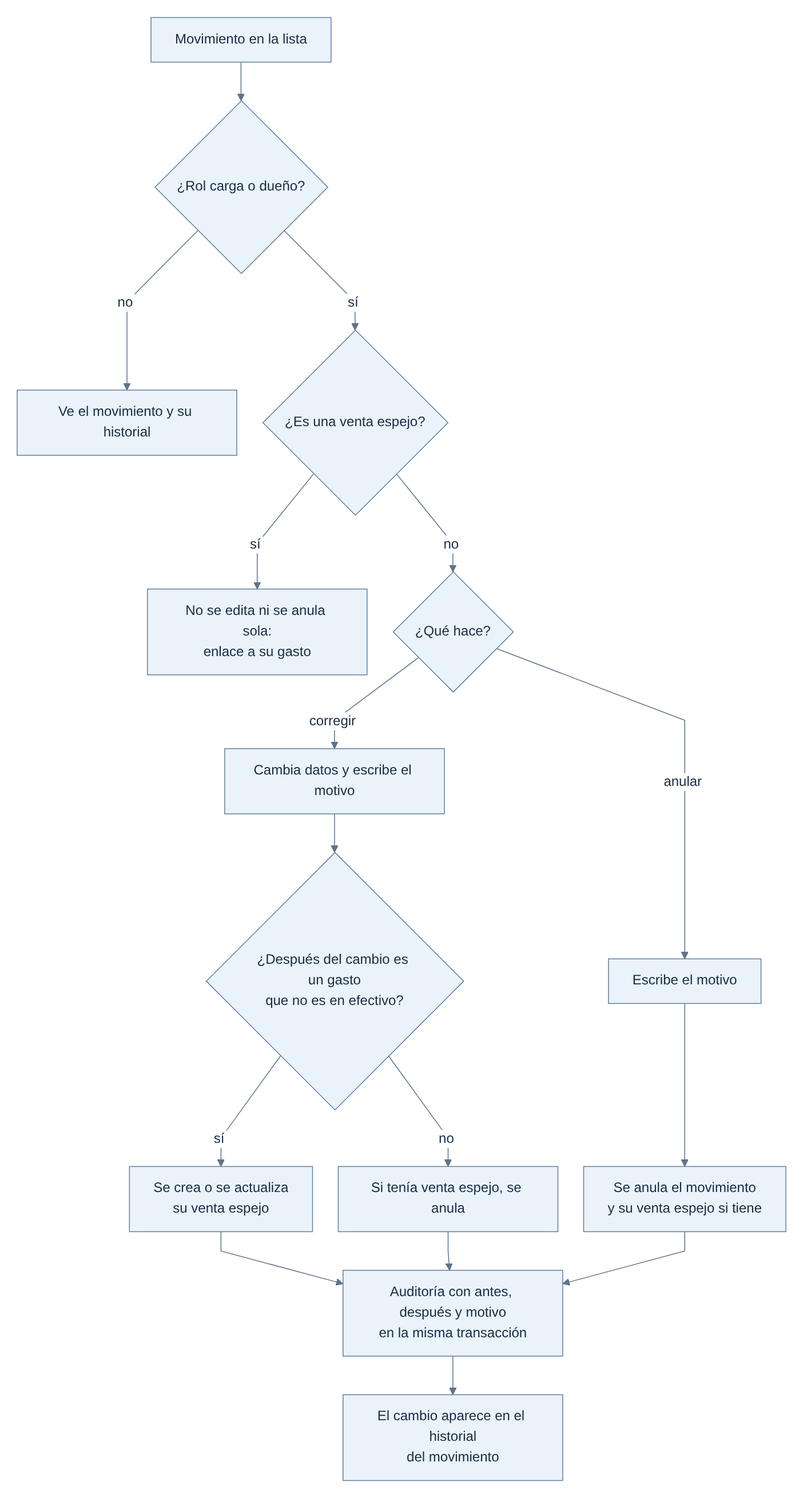
This is docs/diagramas/png/FUN-03.png from aleharo2003/floky-cuadernos, a Mermaid export, as it was before one commit. Its source is kept beside it as docs/diagramas/fuentes/FUN-03.mmd. Its diagram source:
```mermaid
flowchart TD
    A["Movimiento en la lista"] --> B{"¿Rol carga o dueño?"}
    B -->|"no"| C["Ve el movimiento y su historial"]
    B -->|"sí"| D{"¿Es una venta espejo?"}
    D -->|"sí"| E["No se edita ni se anula sola:<br/>enlace a su gasto"]
    D -->|"no"| F{"¿Qué hace?"}
    F -->|"corregir"| G["Cambia datos y escribe el motivo"]
    F -->|"anular"| H["Escribe el motivo"]
    G --> I{"¿Después del cambio es un gasto<br/>que no es en efectivo?"}
    I -->|"sí"| J["Se crea o se actualiza<br/>su venta espejo"]
    I -->|"no"| K["Si tenía venta espejo, se anula"]
    H --> L["Se anula el movimiento<br/>y su venta espejo si tiene"]
    J --> M["Auditoría con antes, después y motivo<br/>en la misma transacción"]
    K --> M
    L --> M
    M --> N["El cambio aparece en el historial<br/>del movimiento"]
```
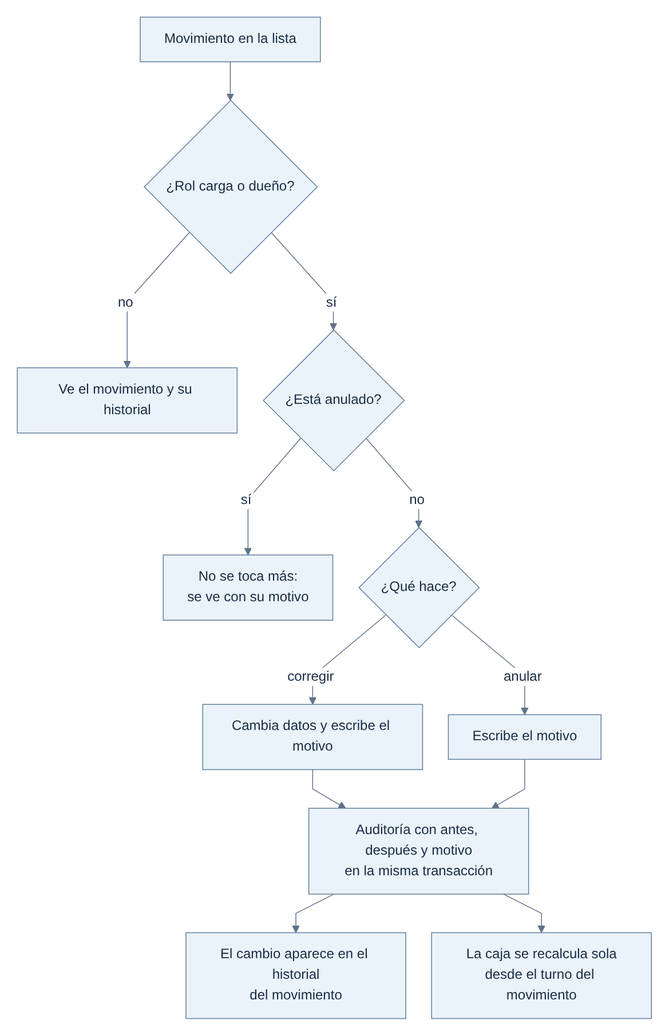
Later version of the same file.

What changed in the source:
```diff
@@ -1,16 +1,12 @@
 flowchart TD
     A["Movimiento en la lista"] --> B{"¿Rol carga o dueño?"}
     B -->|"no"| C["Ve el movimiento y su historial"]
-    B -->|"sí"| D{"¿Es una venta espejo?"}
-    D -->|"sí"| E["No se edita ni se anula sola:<br/>enlace a su gasto"]
+    B -->|"sí"| D{"¿Está anulado?"}
+    D -->|"sí"| E["No se toca más:<br/>se ve con su motivo"]
     D -->|"no"| F{"¿Qué hace?"}
     F -->|"corregir"| G["Cambia datos y escribe el motivo"]
     F -->|"anular"| H["Escribe el motivo"]
-    G --> I{"¿Después del cambio es un gasto<br/>que no es en efectivo?"}
-    I -->|"sí"| J["Se crea o se actualiza<br/>su venta espejo"]
-    I -->|"no"| K["Si tenía venta espejo, se anula"]
-    H --> L["Se anula el movimiento<br/>y su venta espejo si tiene"]
-    J --> M["Auditoría con antes, después y motivo<br/>en la misma transacción"]
-    K --> M
-    L --> M
+    G --> M["Auditoría con antes, después y motivo<br/>en la misma transacción"]
+    H --> M
     M --> N["El cambio aparece en el historial<br/>del movimiento"]
+    M --> O["La caja se recalcula sola<br/>desde el turno del movimiento"]
```
